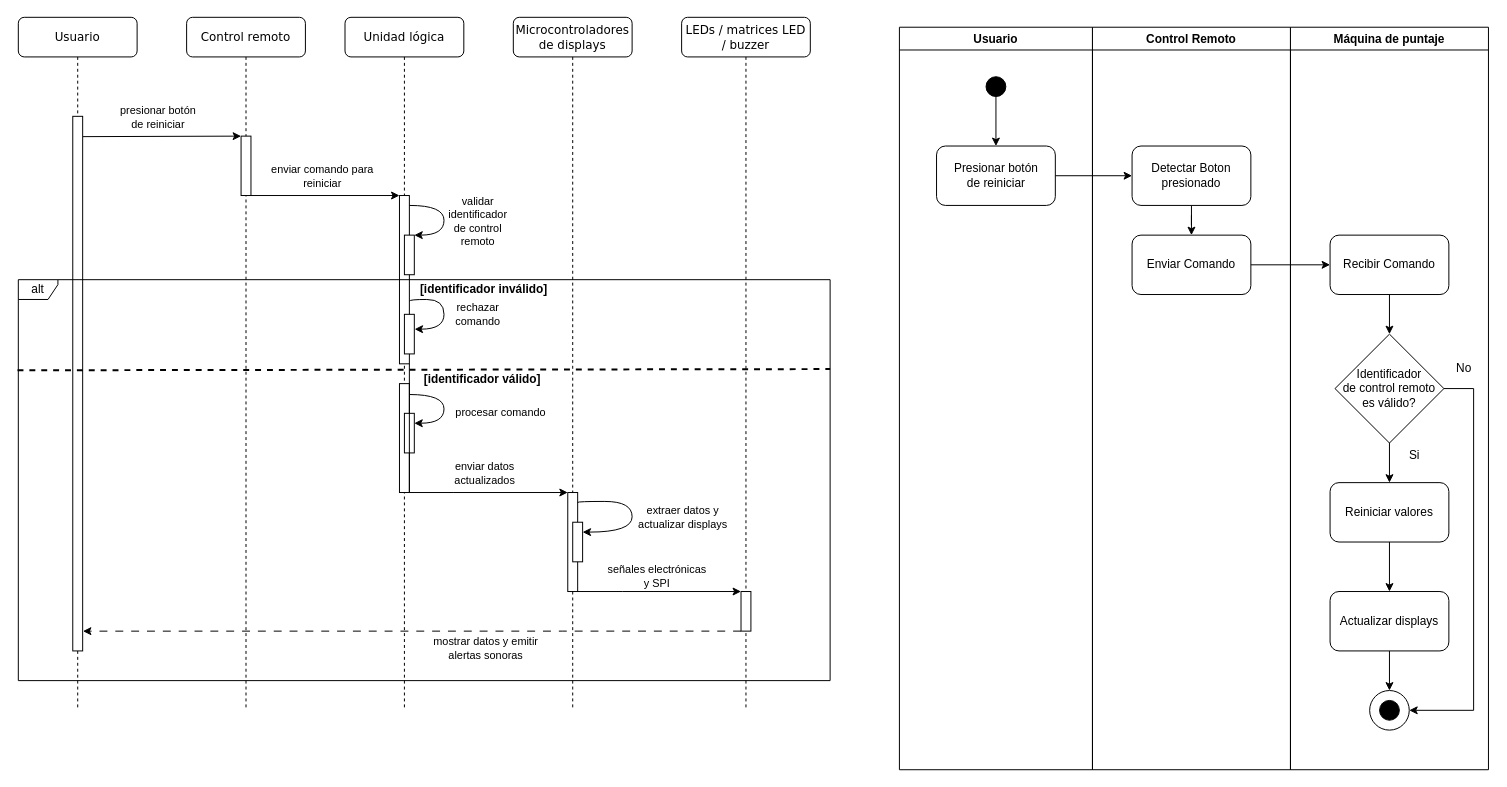
Above: Design/UML/Seq and Act/Machine/cm11-reset.drawio in Diego-Hiriart/Capstone_Hiriart-Corales-Samaniego (draw.io), before the change. Source tidied: cells renumbered, new cells numbered last; positions are measured from the earlier drawing's top-left corner, leaving out a move shared by most shapes. Both pictures are drawn from the tidied source at 99%, with x=0, y=0 at pixel (18, 17).
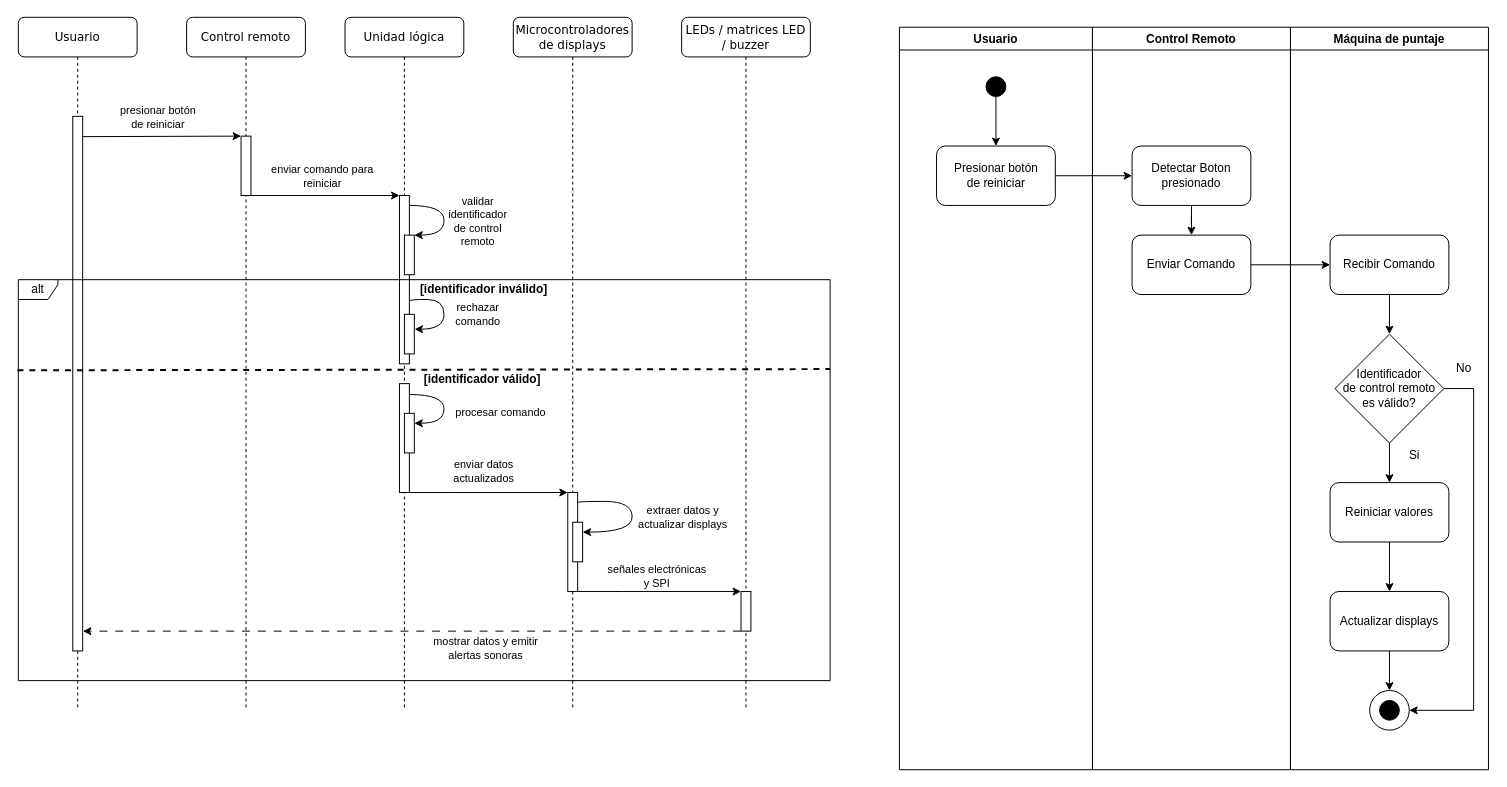
Above is the later version.

Unchanged cells that the change refers to:
```xml
<mxCell id="15" style="rounded=0;whiteSpace=wrap;html=1;" parent="13" vertex="1">
  <mxGeometry x="55" y="180" width="10" height="170" as="geometry" />
</mxCell>
<mxCell id="38" style="rounded=0;whiteSpace=wrap;html=1;" parent="1" vertex="1">
  <mxGeometry x="555" y="480" width="10" height="100" as="geometry" />
</mxCell>
```

The edit, as a diff of the source:
```diff
@@
-    <mxCell id="39" style="edgeStyle=orthogonalEdgeStyle;rounded=0;jettySize=auto;html=1;exitX=1;exitY=1;exitDx=0;exitDy=0;entryX=0;entryY=0;entryDx=0;entryDy=0;" parent="1" edge="1" source="15" target="38">
+    <mxCell id="39" style="edgeStyle=orthogonalEdgeStyle;rounded=0;jettySize=auto;html=1;entryX=0;entryY=0;entryDx=0;entryDy=0;" parent="1" edge="1" target="38">
       <mxGeometry relative="1" as="geometry">
+        <mxPoint x="395" y="480" as="sourcePoint" />
         <Array as="points">
           <mxPoint x="440" y="480" />
           <mxPoint x="440" y="480" />
         </Array>
       </mxGeometry>
     </mxCell>
     <mxCell id="40" value="enviar datos &lt;br&gt;actualizados" style="edgeLabel;html=1;align=center;verticalAlign=middle;" parent="39" vertex="1">
       <mxGeometry x="-0.1" relative="1" as="geometry">
-        <mxPoint x="74" y="-20" as="offset" />
+        <mxPoint x="2" y="-22" as="offset" />
       </mxGeometry>
     </mxCell>
```
